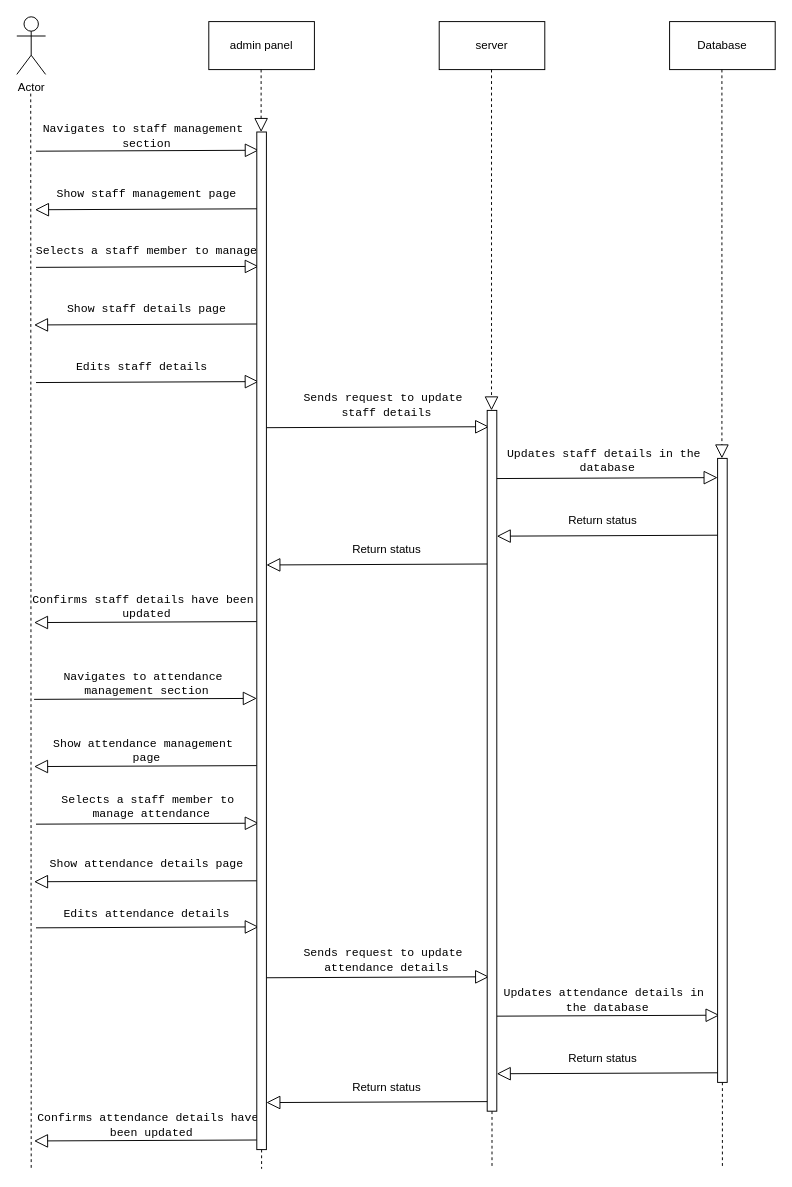
CodeSithum/sequencediagram keeps this draw.io diagram as staff main details.drawio. Above is the earlier version. Source tidied: cells renumbered, new cells numbered last; positions are measured from the earlier drawing's top-left corner, leaving out a move shared by most shapes. Both pictures are drawn from the tidied source at 96%, with x=0, y=0 at pixel (16, 16).
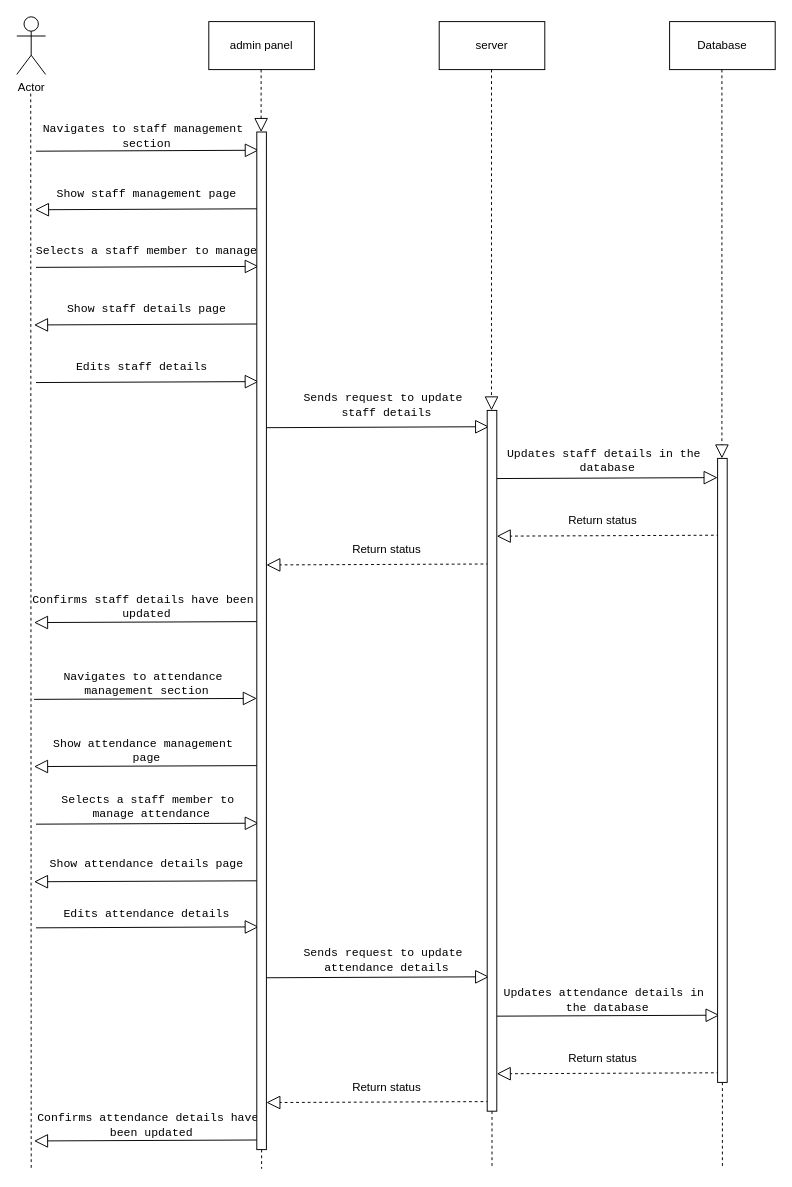
The same page after the edit.

Change to the diagram source:
```diff
@@
-    <mxCell id="37" style="endArrow=block;endFill=0;endSize=12;html=1;rounded=0;entryX=1.009;entryY=0.7;entryDx=0;entryDy=0;entryPerimeter=0;" parent="1" edge="1">
+    <mxCell id="37" style="endArrow=block;endFill=0;endSize=12;html=1;rounded=0;entryX=1.009;entryY=0.7;entryDx=0;entryDy=0;entryPerimeter=0;dashed=1;" parent="1" edge="1">
       <mxGeometry relative="1" as="geometry">
         <mxPoint x="732" y="540" as="sourcePoint" />
         <mxPoint x="500" y="541" as="targetPoint" />
       </mxGeometry>
     </mxCell>
-    <mxCell id="38" style="endArrow=block;endFill=0;endSize=12;html=1;rounded=0;entryX=1.009;entryY=0.7;entryDx=0;entryDy=0;entryPerimeter=0;" parent="1" edge="1">
+    <mxCell id="38" style="endArrow=block;endFill=0;endSize=12;html=1;rounded=0;entryX=1.009;entryY=0.7;entryDx=0;entryDy=0;entryPerimeter=0;dashed=1;" parent="1" edge="1">
       <mxGeometry relative="1" as="geometry">
         <mxPoint x="492" y="570" as="sourcePoint" />
         <mxPoint x="260" y="571" as="targetPoint" />
       </mxGeometry>
     </mxCell>
@@
-    <mxCell id="47" style="endArrow=block;endFill=0;endSize=12;html=1;rounded=0;entryX=1.009;entryY=0.7;entryDx=0;entryDy=0;entryPerimeter=0;" parent="1" edge="1">
+    <mxCell id="47" style="endArrow=block;endFill=0;endSize=12;html=1;rounded=0;entryX=1.009;entryY=0.7;entryDx=0;entryDy=0;entryPerimeter=0;dashed=1;" parent="1" edge="1">
       <mxGeometry relative="1" as="geometry">
         <mxPoint x="732" y="1100" as="sourcePoint" />
         <mxPoint x="500" y="1101" as="targetPoint" />
       </mxGeometry>
     </mxCell>
-    <mxCell id="48" style="endArrow=block;endFill=0;endSize=12;html=1;rounded=0;entryX=1.009;entryY=0.7;entryDx=0;entryDy=0;entryPerimeter=0;" parent="1" edge="1">
+    <mxCell id="48" style="endArrow=block;endFill=0;endSize=12;html=1;rounded=0;entryX=1.009;entryY=0.7;entryDx=0;entryDy=0;entryPerimeter=0;dashed=1;" parent="1" edge="1">
       <mxGeometry relative="1" as="geometry">
         <mxPoint x="492" y="1130" as="sourcePoint" />
         <mxPoint x="260" y="1131" as="targetPoint" />
       </mxGeometry>
     </mxCell>
```
